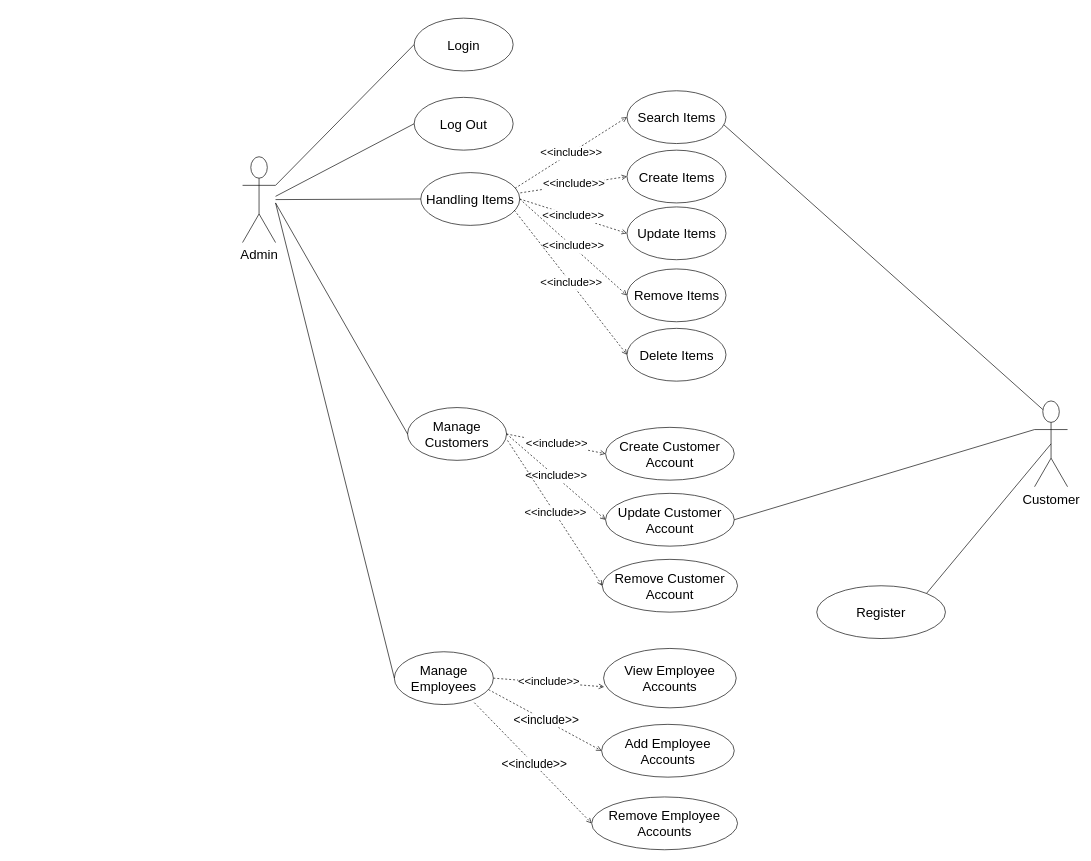
The draw.io diagram page "Page-1" (1 of 3) of use-case-diagram.drawio in Dune-Global/green-supermarket-docs, before the edit. Source tidied: cells renumbered, new cells numbered last; positions are measured from the earlier drawing's top-left corner, leaving out a move shared by most shapes. Both pictures are drawn from the tidied source at 66%, with x=0, y=0 at pixel (242, 18).
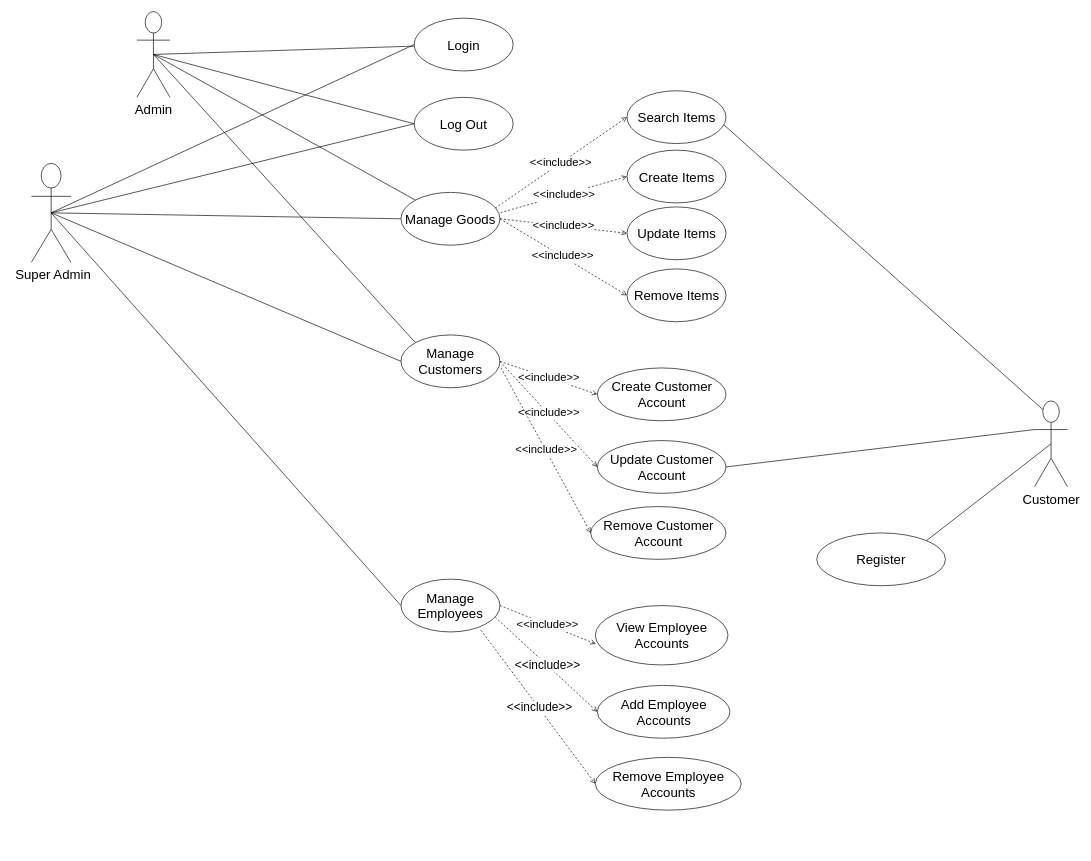
Above is the later version.

The change refers to these unchanged cells:
```xml
<mxCell id="3" value="Login" style="ellipse;whiteSpace=wrap;html=1;fontSize=20;" parent="1" vertex="1">
  <mxGeometry x="260" width="150" height="80" as="geometry" />
</mxCell>
<mxCell id="4" value="Log Out" style="ellipse;whiteSpace=wrap;html=1;fontSize=20;" parent="1" vertex="1">
  <mxGeometry x="260" y="120" width="150" height="80" as="geometry" />
</mxCell>
```

What changed in the source:
```diff
@@
+    <mxCell id="40" style="rounded=0;jettySize=auto;html=1;exitX=0;exitY=0.5;exitDx=0;exitDy=0;endArrow=none;endFill=0;entryX=0.5;entryY=0.5;entryDx=0;entryDy=0;entryPerimeter=0;" parent="1" edge="1" source="4" target="8">
+      <mxGeometry relative="1" as="geometry" />
+    </mxCell>
@@
-    <mxCell id="5" value="Handling Items" style="ellipse;whiteSpace=wrap;html=1;fontSize=20;" parent="1" vertex="1">
-      <mxGeometry x="270" y="234" width="150" height="80" as="geometry" />
+    <mxCell id="5" value="Manage Goods" style="ellipse;whiteSpace=wrap;html=1;fontSize=20;" parent="1" vertex="1">
+      <mxGeometry x="240" y="264" width="150" height="80" as="geometry" />
     </mxCell>
     <mxCell id="6" value="Manage Customers" style="ellipse;whiteSpace=wrap;html=1;fontSize=20;" parent="1" vertex="1">
-      <mxGeometry x="250" y="590" width="150" height="80" as="geometry" />
+      <mxGeometry x="240" y="480" width="150" height="80" as="geometry" />
     </mxCell>
     <mxCell id="7" value="Manage Employees" style="ellipse;whiteSpace=wrap;html=1;fontSize=20;" parent="1" vertex="1">
-      <mxGeometry x="230" y="960" width="150" height="80" as="geometry" />
+      <mxGeometry x="240" y="850" width="150" height="80" as="geometry" />
     </mxCell>
+    <mxCell id="41" style="rounded=0;jettySize=auto;html=1;exitX=0.5;exitY=0.5;exitDx=0;exitDy=0;exitPerimeter=0;endArrow=none;endFill=0;" parent="1" edge="1" source="8" target="3">
+      <mxGeometry relative="1" as="geometry" />
+    </mxCell>
+    <mxCell id="42" style="rounded=0;jettySize=auto;html=1;exitX=0.5;exitY=0.5;exitDx=0;exitDy=0;exitPerimeter=0;entryX=0;entryY=0;entryDx=0;entryDy=0;endArrow=none;endFill=0;" parent="1" edge="1" source="8" target="5">
+      <mxGeometry relative="1" as="geometry" />
+    </mxCell>
     <mxCell id="8" value="Admin" style="shape=umlActor;verticalLabelPosition=bottom;verticalAlign=top;html=1;outlineConnect=0;fontColor=default;fontSize=20;" parent="1" vertex="1">
-      <mxGeometry y="210" width="50" height="130" as="geometry" />
+      <mxGeometry x="-160" y="-10" width="50" height="130" as="geometry" />
     </mxCell>
-    <mxCell id="9" style="endArrow=none;html=1;rounded=0;entryX=0;entryY=0.5;entryDx=0;entryDy=0;" parent="1" edge="1" target="4">
-      <mxGeometry relative="1" as="geometry">
-        <mxPoint x="50" y="270" as="sourcePoint" />
-      </mxGeometry>
+    <mxCell id="9" style="endArrow=none;html=1;rounded=0;entryX=0;entryY=0.5;entryDx=0;entryDy=0;exitX=0.5;exitY=0.5;exitDx=0;exitDy=0;exitPerimeter=0;" parent="1" edge="1" source="43" target="4">
+      <mxGeometry relative="1" as="geometry" />
     </mxCell>
-    <mxCell id="10" style="endArrow=none;html=1;rounded=0;entryX=0;entryY=0.5;entryDx=0;entryDy=0;" parent="1" edge="1" source="8" target="5">
+    <mxCell id="10" style="endArrow=none;html=1;rounded=0;entryX=0;entryY=0.5;entryDx=0;entryDy=0;exitX=0.5;exitY=0.5;exitDx=0;exitDy=0;exitPerimeter=0;" parent="1" edge="1" source="43" target="5">
       <mxGeometry relative="1" as="geometry" />
     </mxCell>
-    <mxCell id="11" style="endArrow=none;html=1;rounded=0;entryX=0;entryY=0.5;entryDx=0;entryDy=0;" parent="1" edge="1" target="6">
-      <mxGeometry relative="1" as="geometry">
-        <mxPoint x="50" y="280" as="sourcePoint" />
-      </mxGeometry>
+    <mxCell id="11" style="endArrow=none;html=1;rounded=0;exitX=0.5;exitY=0.5;exitDx=0;exitDy=0;exitPerimeter=0;entryX=0;entryY=0.5;entryDx=0;entryDy=0;" parent="1" edge="1" source="43" target="6">
+      <mxGeometry relative="1" as="geometry" />
     </mxCell>
-    <mxCell id="12" style="endArrow=none;html=1;rounded=0;entryX=0;entryY=0.5;entryDx=0;entryDy=0;" parent="1" edge="1" target="7">
-      <mxGeometry relative="1" as="geometry">
-        <mxPoint x="50" y="280" as="sourcePoint" />
-      </mxGeometry>
+    <mxCell id="12" style="endArrow=none;html=1;rounded=0;entryX=0;entryY=0.5;entryDx=0;entryDy=0;exitX=0.5;exitY=0.5;exitDx=0;exitDy=0;exitPerimeter=0;" parent="1" edge="1" source="43" target="7">
+      <mxGeometry relative="1" as="geometry" />
     </mxCell>
-    <mxCell id="13" style="endArrow=none;html=1;rounded=0;entryX=0;entryY=0.5;entryDx=0;entryDy=0;exitX=1;exitY=0.3333333333333333;exitDx=0;exitDy=0;exitPerimeter=0;" parent="1" edge="1" source="8" target="3">
+    <mxCell id="13" style="endArrow=none;html=1;rounded=0;entryX=0;entryY=0.5;entryDx=0;entryDy=0;exitX=0.5;exitY=0.5;exitDx=0;exitDy=0;exitPerimeter=0;" parent="1" edge="1" source="43" target="3">
       <mxGeometry relative="1" as="geometry" />
     </mxCell>
     <mxCell id="14" value="View Employee Accounts" style="ellipse;whiteSpace=wrap;html=1;fontSize=20;" parent="1" vertex="1">
-      <mxGeometry x="547" y="955" width="201" height="90" as="geometry" />
+      <mxGeometry x="534.5" y="890" width="201" height="90" as="geometry" />
     </mxCell>
     <mxCell id="15" value="Add Employee Accounts" style="ellipse;whiteSpace=wrap;html=1;fontSize=20;" parent="1" vertex="1">
-      <mxGeometry x="544" y="1070" width="201" height="80" as="geometry" />
+      <mxGeometry x="537.5" y="1011" width="201" height="80" as="geometry" />
     </mxCell>
     <mxCell id="16" value="Remove Employee Accounts" style="ellipse;whiteSpace=wrap;html=1;fontSize=20;" parent="1" vertex="1">
-      <mxGeometry x="529" y="1180" width="221" height="80" as="geometry" />
+      <mxGeometry x="534.5" y="1120" width="221" height="80" as="geometry" />
     </mxCell>
@@
-    <mxCell id="22" value="Delete Items" style="ellipse;whiteSpace=wrap;html=1;fontSize=20;" parent="1" vertex="1">
-      <mxGeometry x="582.5" y="470" width="150" height="80" as="geometry" />
-    </mxCell>
@@
-    <mxCell id="27" value="&amp;lt;&amp;lt;include&amp;gt;&amp;gt;" style="endArrow=open;dashed=1;html=1;rounded=0;strokeColor=default;targetPerimeterSpacing=0;entryX=0;entryY=0.5;entryDx=0;entryDy=0;fontSize=17;exitX=0.945;exitY=0.713;exitDx=0;exitDy=0;exitPerimeter=0;" parent="1" edge="1" source="5" target="22">
-      <mxGeometry y="1" relative="1" as="geometry">
-        <mxPoint y="1" as="offset" />
-      </mxGeometry>
-    </mxCell>
     <mxCell id="28" value="Create Customer Account" style="ellipse;whiteSpace=wrap;html=1;fontSize=20;" parent="1" vertex="1">
-      <mxGeometry x="550" y="620" width="195" height="80" as="geometry" />
+      <mxGeometry x="537.5" y="530" width="195" height="80" as="geometry" />
     </mxCell>
     <mxCell id="29" value="Update Customer Account" style="ellipse;whiteSpace=wrap;html=1;fontSize=20;" parent="1" vertex="1">
-      <mxGeometry x="550" y="720" width="195" height="80" as="geometry" />
+      <mxGeometry x="537.5" y="640" width="195" height="80" as="geometry" />
     </mxCell>
     <mxCell id="30" value="Remove Customer Account" style="ellipse;whiteSpace=wrap;html=1;fontSize=20;" parent="1" vertex="1">
-      <mxGeometry x="545" y="820" width="205" height="80" as="geometry" />
+      <mxGeometry x="527.5" y="740" width="205" height="80" as="geometry" />
     </mxCell>
@@
     <mxCell id="38" value="Register" style="ellipse;whiteSpace=wrap;html=1;fontSize=20;" parent="1" vertex="1">
-      <mxGeometry x="870" y="860" width="195" height="80" as="geometry" />
+      <mxGeometry x="870" y="780" width="195" height="80" as="geometry" />
     </mxCell>
@@
+    <mxCell id="43" value="&amp;nbsp;Super Admin" style="shape=umlActor;verticalLabelPosition=bottom;verticalAlign=top;html=1;outlineConnect=0;fontColor=default;fontSize=20;" parent="1" vertex="1">
+      <mxGeometry x="-320" y="220" width="60" height="150" as="geometry" />
+    </mxCell>
+    <mxCell id="44" style="rounded=0;jettySize=auto;html=1;exitX=0;exitY=0;exitDx=0;exitDy=0;entryX=0.5;entryY=0.5;entryDx=0;entryDy=0;entryPerimeter=0;endArrow=none;endFill=0;" parent="1" edge="1" source="6" target="8">
+      <mxGeometry relative="1" as="geometry" />
+    </mxCell>
```
